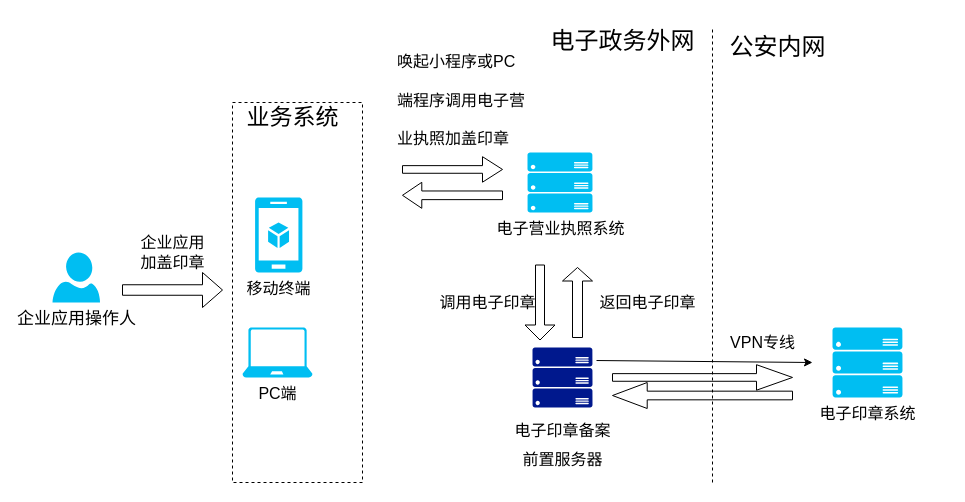
Above: page "电子印章调用" (4 of 4) of Untitled Diagram.drawio in guoqingshan2020/draw (draw.io), before the change. Source tidied: cells renumbered, new cells numbered last; positions are measured from the earlier drawing's top-left corner, leaving out a move shared by most shapes. Both pictures are drawn from the tidied source at 100%, with x=0, y=0 at pixel (52, 26).
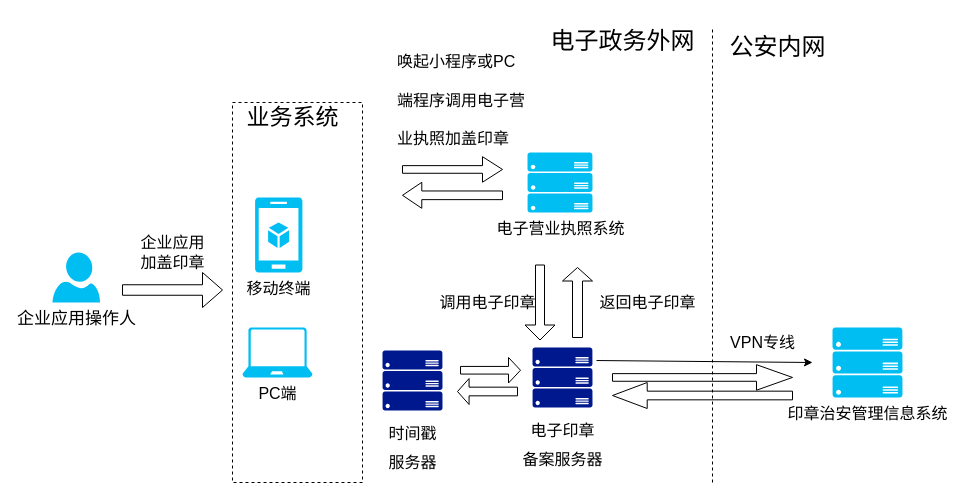
The same page after the edit.

The edit, as a diff of the source:
```diff
@@
-    <mxCell id="8" value="&lt;span style=&quot;font-size: 16px&quot;&gt;电子印章备案&lt;/span&gt;&lt;br style=&quot;font-size: 16px&quot;&gt;&lt;span style=&quot;font-size: 16px&quot;&gt;前置服务器&lt;/span&gt;" style="shadow=0;dashed=0;html=1;strokeColor=none;labelPosition=center;verticalLabelPosition=bottom;verticalAlign=top;align=center;fillColor=#00188D;shape=mxgraph.azure.server_rack;fontSize=24;" parent="1" vertex="1">
+    <mxCell id="8" value="&lt;span style=&quot;font-size: 16px&quot;&gt;电子印章&lt;/span&gt;&lt;br style=&quot;font-size: 16px&quot;&gt;&lt;span style=&quot;font-size: 16px&quot;&gt;备案服务器&lt;/span&gt;" style="shadow=0;dashed=0;html=1;strokeColor=none;labelPosition=center;verticalLabelPosition=bottom;verticalAlign=top;align=center;fillColor=#00188D;shape=mxgraph.azure.server_rack;fontSize=24;" parent="1" vertex="1">
       <mxGeometry x="480" y="321" width="60" height="60" as="geometry" />
     </mxCell>
@@
-    <mxCell id="21" value="电子印章系统" style="verticalLabelPosition=bottom;html=1;verticalAlign=top;align=center;strokeColor=none;fillColor=#00BEF2;shape=mxgraph.azure.server_rack;fontSize=16;" parent="1" vertex="1">
+    <mxCell id="21" value="印章治安管理信息系统" style="verticalLabelPosition=bottom;html=1;verticalAlign=top;align=center;strokeColor=none;fillColor=#00BEF2;shape=mxgraph.azure.server_rack;fontSize=16;" parent="1" vertex="1">
       <mxGeometry x="780" y="301" width="70" height="70" as="geometry" />
     </mxCell>
@@
+    <mxCell id="27" value="&lt;span style=&quot;font-size: 16px&quot;&gt;时间戳&lt;br&gt;服务器&lt;/span&gt;" style="shadow=0;dashed=0;html=1;strokeColor=none;labelPosition=center;verticalLabelPosition=bottom;verticalAlign=top;align=center;fillColor=#00188D;shape=mxgraph.azure.server_rack;fontSize=24;" parent="1" vertex="1">
+      <mxGeometry x="330" y="324" width="60" height="60" as="geometry" />
+    </mxCell>
+    <mxCell id="28" style="shape=singleArrow;whiteSpace=wrap;html=1;fontSize=20;" parent="1" vertex="1">
+      <mxGeometry x="408" y="331" width="60" height="25.5" as="geometry" />
+    </mxCell>
+    <mxCell id="29" style="shape=singleArrow;direction=west;whiteSpace=wrap;html=1;fontSize=20;arrowWidth=0.3333333333333333;arrowSize=0.19285714285714287;rotation=0;" parent="1" vertex="1">
+      <mxGeometry x="405" y="352" width="60" height="26" as="geometry" />
+    </mxCell>
```
